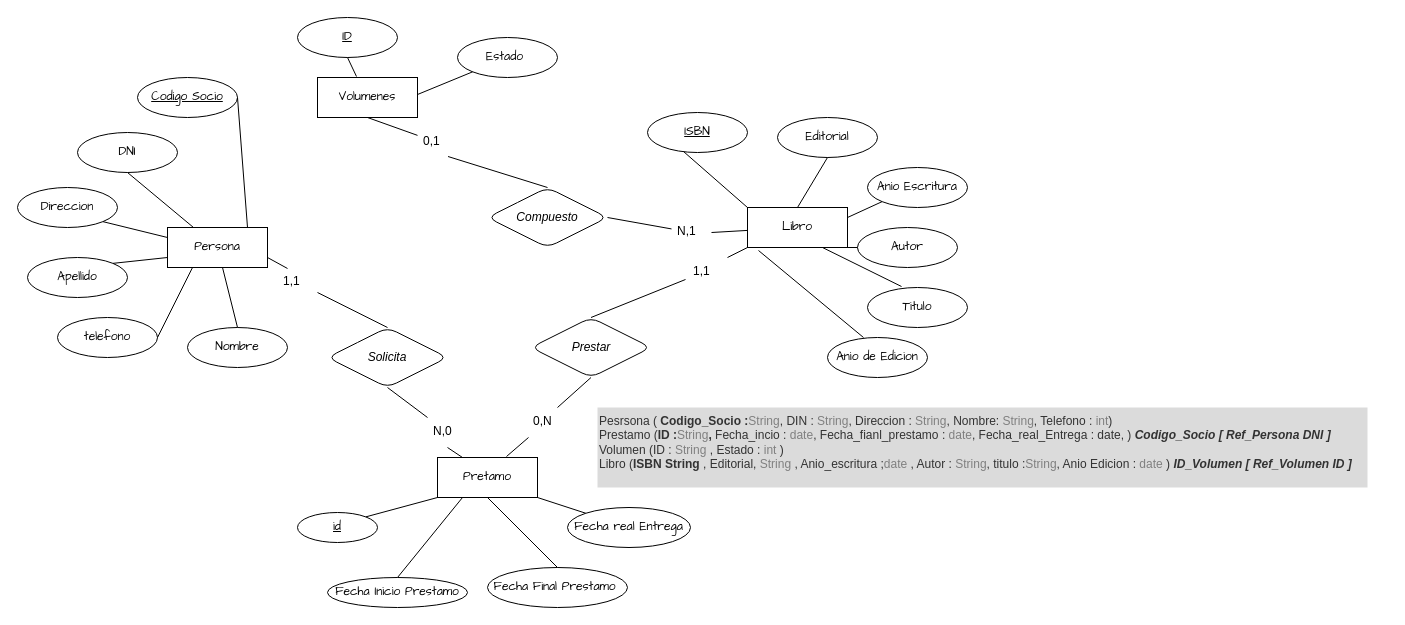
This is Actividad_01_C3_UD12.drawio from jordimall/jmg-tsys-ta12diagramasER-drawio-111023, a draw.io file, before an edit. Source tidied: cells renumbered, new cells numbered last; positions are measured from the earlier drawing's top-left corner, leaving out a move shared by most shapes. Both pictures are drawn from the tidied source at 100%, with x=0, y=0 at pixel (17, 17).
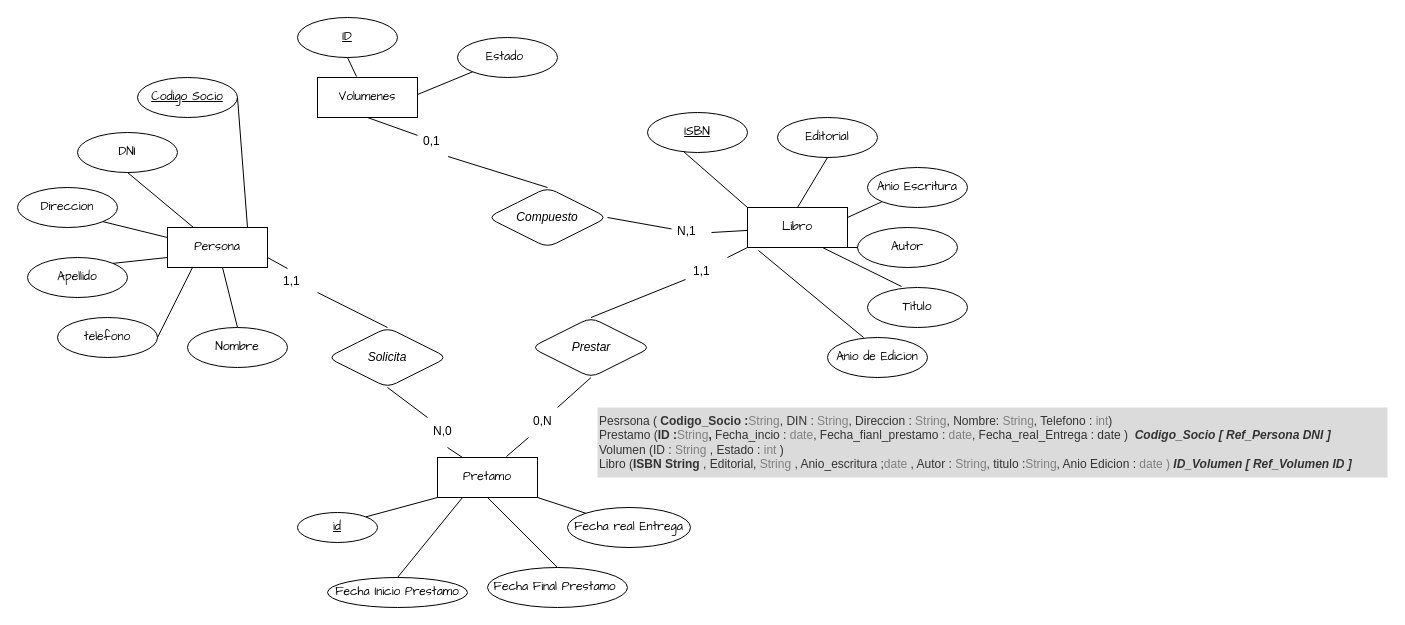
The same diagram, later.

Change to the diagram source:
```diff
@@
-    <mxCell id="64" value="&lt;font&gt;&lt;font&gt;Pesrsona ( &lt;b&gt;Codigo_Socio :&lt;/b&gt;&lt;font style=&quot;&quot; color=&quot;#808080&quot;&gt;String&lt;/font&gt;, DIN : &lt;font color=&quot;#808080&quot;&gt;String&lt;/font&gt;, Direccion : &lt;font color=&quot;#808080&quot;&gt;String&lt;/font&gt;, Nombre:&lt;font color=&quot;#808080&quot;&gt; String&lt;/font&gt;, Telefono :&lt;font color=&quot;#808080&quot;&gt; int&lt;/font&gt;)&lt;br&gt;Prestamo (&lt;b&gt;ID :&lt;/b&gt;&lt;font style=&quot;&quot; color=&quot;#808080&quot;&gt;String&lt;/font&gt;&lt;b&gt;, &lt;/b&gt;Fecha_incio :&lt;font color=&quot;#808080&quot;&gt; date&lt;/font&gt;, Fecha_fianl_prestamo : &lt;font color=&quot;#808080&quot;&gt;date&lt;/font&gt;, Fecha_real_Entrega : date, )&amp;nbsp;&lt;i style=&quot;border-color: var(--border-color);&quot;&gt;&lt;b&gt;Codigo_Socio [ Ref_Persona DNI ]&lt;/b&gt;&lt;/i&gt;&lt;br&gt;Volumen (ID : &lt;font color=&quot;#808080&quot;&gt;String&lt;/font&gt; , Estado : &lt;font color=&quot;#808080&quot;&gt;int&lt;/font&gt; )&lt;br&gt;Libro (&lt;b&gt;ISBN String &lt;/b&gt;, Editorial, &lt;font color=&quot;#808080&quot;&gt;String&lt;/font&gt; , Anio_escritura ;&lt;font color=&quot;#808080&quot;&gt;date&lt;/font&gt; , Autor : &lt;font color=&quot;#808080&quot;&gt;String&lt;/font&gt;, titulo :&lt;font color=&quot;#808080&quot;&gt;String&lt;/font&gt;, Anio Edicion : &lt;font color=&quot;#808080&quot;&gt;date&lt;/font&gt; )&lt;b&gt;&amp;nbsp;&lt;i style=&quot;border-color: var(--border-color);&quot;&gt;ID_Volumen [ Ref_Volumen ID ]&lt;/i&gt;&lt;br&gt;&lt;/b&gt;&lt;br&gt;&lt;/font&gt;&lt;/font&gt;" style="text;html=1;strokeColor=none;fillColor=#dbdbdb;align=left;verticalAlign=top;whiteSpace=wrap;rounded=0;horizontal=1;fontColor=#333333;" parent="1" vertex="1">
-      <mxGeometry x="580" y="390" width="770" height="80" as="geometry" />
+    <mxCell id="64" value="&lt;font&gt;&lt;font&gt;Pesrsona ( &lt;b&gt;Codigo_Socio :&lt;/b&gt;&lt;font style=&quot;&quot; color=&quot;#808080&quot;&gt;String&lt;/font&gt;, DIN : &lt;font color=&quot;#808080&quot;&gt;String&lt;/font&gt;, Direccion : &lt;font color=&quot;#808080&quot;&gt;String&lt;/font&gt;, Nombre:&lt;font color=&quot;#808080&quot;&gt; String&lt;/font&gt;, Telefono :&lt;font color=&quot;#808080&quot;&gt; int&lt;/font&gt;)&lt;br&gt;Prestamo (&lt;b&gt;ID :&lt;/b&gt;&lt;font style=&quot;&quot; color=&quot;#808080&quot;&gt;String&lt;/font&gt;&lt;b&gt;, &lt;/b&gt;Fecha_incio :&lt;font color=&quot;#808080&quot;&gt; date&lt;/font&gt;, Fecha_fianl_prestamo : &lt;font color=&quot;#808080&quot;&gt;date&lt;/font&gt;, Fecha_real_Entrega : date )&amp;nbsp;&amp;nbsp;&lt;i style=&quot;border-color: var(--border-color);&quot;&gt;&lt;b&gt;Codigo_Socio [ Ref_Persona DNI ]&amp;nbsp;&lt;/b&gt;&lt;/i&gt;&lt;br&gt;Volumen (ID : &lt;font color=&quot;#808080&quot;&gt;String&lt;/font&gt; , Estado : &lt;font color=&quot;#808080&quot;&gt;int&lt;/font&gt; )&lt;br&gt;Libro (&lt;b&gt;ISBN String &lt;/b&gt;, Editorial, &lt;font color=&quot;#808080&quot;&gt;String&lt;/font&gt; , Anio_escritura ;&lt;font color=&quot;#808080&quot;&gt;date&lt;/font&gt; , Autor : &lt;font color=&quot;#808080&quot;&gt;String&lt;/font&gt;, titulo :&lt;font color=&quot;#808080&quot;&gt;String&lt;/font&gt;, Anio Edicion : &lt;font color=&quot;#808080&quot;&gt;date )&amp;nbsp;&lt;/font&gt;&lt;b&gt;&lt;i style=&quot;border-color: var(--border-color);&quot;&gt;ID_Volumen [ Ref_Volumen ID ]&amp;nbsp;&lt;/i&gt;&lt;br&gt;&lt;/b&gt;&lt;br&gt;&lt;/font&gt;&lt;/font&gt;" style="text;html=1;strokeColor=none;fillColor=#dbdbdb;align=left;verticalAlign=top;whiteSpace=wrap;rounded=0;horizontal=1;fontColor=#333333;" parent="1" vertex="1">
+      <mxGeometry x="580" y="390" width="790" height="70" as="geometry" />
     </mxCell>
```
